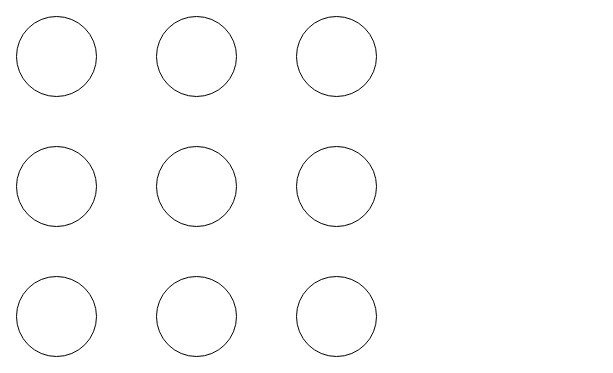
Before: Untitled Diagram.drawio in gearwheels/SP, a draw.io diagram. Source tidied: cells renumbered, new cells numbered last; positions are measured from the earlier drawing's top-left corner, leaving out a move shared by most shapes. Both pictures are drawn from the tidied source at 100%, with x=0, y=0 at pixel (16, 16).
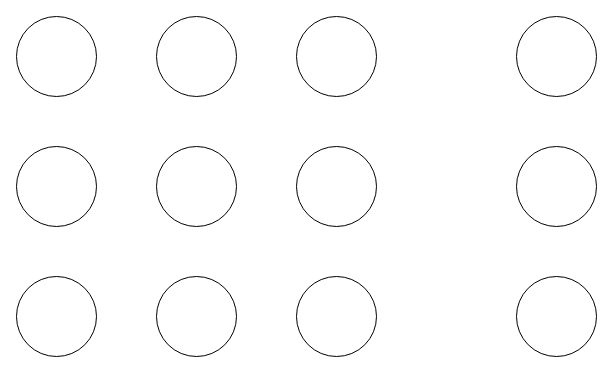
Above is the later version.

What changed in the source:
```diff
@@
 <mxGraphModel>
   <root>
     <mxCell id="0" />
     <mxCell id="1" parent="0" />
     <mxCell id="2" style="ellipse;whiteSpace=wrap;html=1;" parent="1" vertex="1">
       <mxGeometry width="80" height="80" as="geometry" />
     </mxCell>
     <mxCell id="3" style="ellipse;whiteSpace=wrap;html=1;" parent="1" vertex="1">
       <mxGeometry x="140" width="80" height="80" as="geometry" />
     </mxCell>
     <mxCell id="4" style="ellipse;whiteSpace=wrap;html=1;" parent="1" vertex="1">
       <mxGeometry x="140" y="130" width="80" height="80" as="geometry" />
     </mxCell>
     <mxCell id="5" style="ellipse;whiteSpace=wrap;html=1;" parent="1" vertex="1">
       <mxGeometry x="280" y="130" width="80" height="80" as="geometry" />
     </mxCell>
     <mxCell id="6" style="ellipse;whiteSpace=wrap;html=1;" parent="1" vertex="1">
       <mxGeometry y="130" width="80" height="80" as="geometry" />
     </mxCell>
     <mxCell id="7" style="ellipse;whiteSpace=wrap;html=1;" parent="1" vertex="1">
       <mxGeometry x="280" width="80" height="80" as="geometry" />
     </mxCell>
     <mxCell id="8" style="ellipse;whiteSpace=wrap;html=1;" parent="1" vertex="1">
       <mxGeometry y="260" width="80" height="80" as="geometry" />
     </mxCell>
     <mxCell id="9" style="ellipse;whiteSpace=wrap;html=1;" parent="1" vertex="1">
       <mxGeometry x="140" y="260" width="80" height="80" as="geometry" />
     </mxCell>
     <mxCell id="10" style="ellipse;whiteSpace=wrap;html=1;" parent="1" vertex="1">
       <mxGeometry x="280" y="260" width="80" height="80" as="geometry" />
     </mxCell>
+    <mxCell id="11" style="ellipse;whiteSpace=wrap;html=1;" parent="1" vertex="1">
+      <mxGeometry x="500" width="80" height="80" as="geometry" />
+    </mxCell>
+    <mxCell id="12" style="ellipse;whiteSpace=wrap;html=1;" parent="1" vertex="1">
+      <mxGeometry x="500" y="130" width="80" height="80" as="geometry" />
+    </mxCell>
+    <mxCell id="13" style="ellipse;whiteSpace=wrap;html=1;" parent="1" vertex="1">
+      <mxGeometry x="500" y="260" width="80" height="80" as="geometry" />
+    </mxCell>
   </root>
 </mxGraphModel>
```
